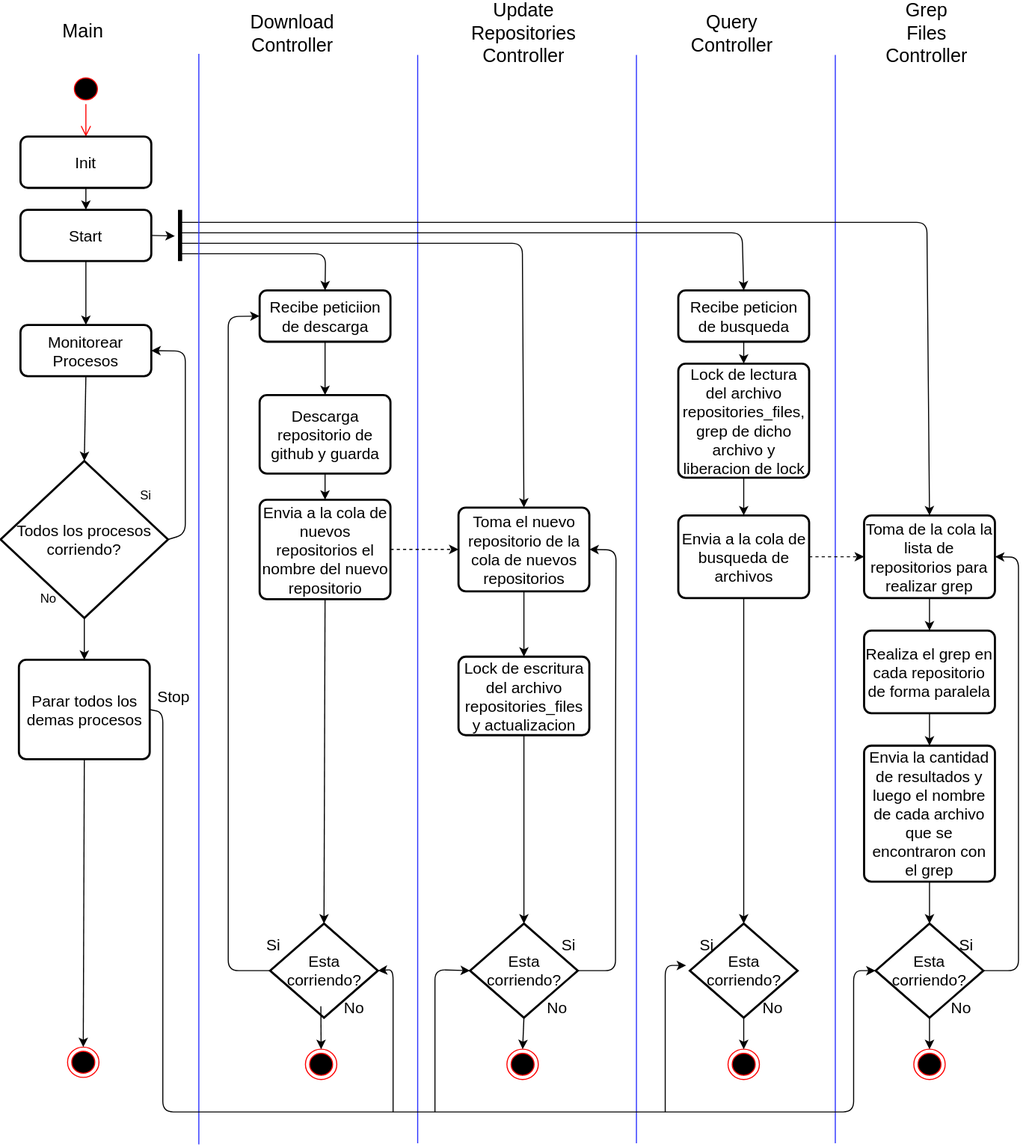
rinaldia92/distribuidos-tp1 keeps this draw.io diagram as images/actividades-procesador.svg. Above is the earlier version. Source tidied: cells renumbered, new cells last; positions are measured from the earlier drawing's top-left corner, leaving out a move shared by most shapes.
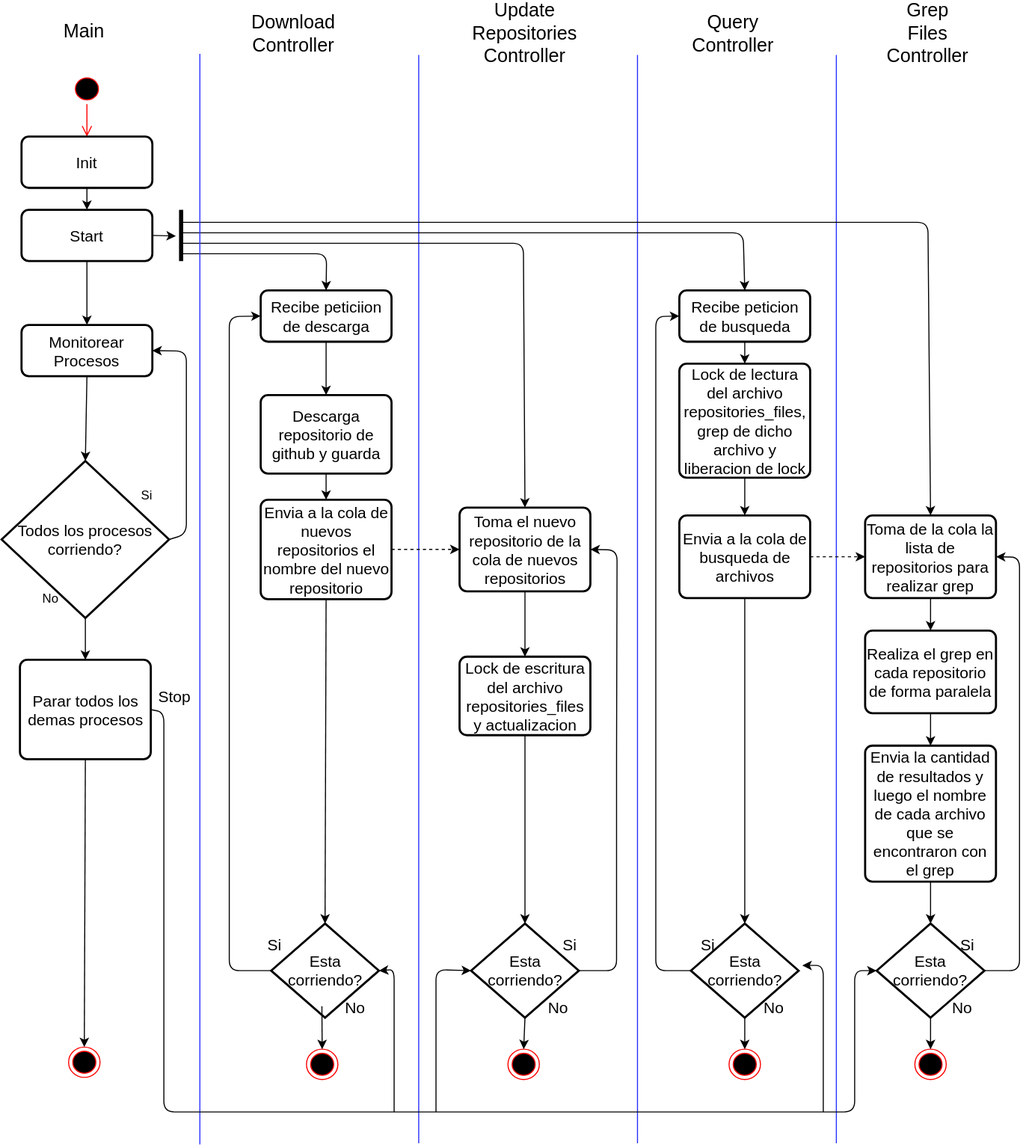
The same file after the commit.

Commit message:
Fixed activity diagrams

Change to the diagram source:
```diff
@@ -303,10 +303,10 @@
     </mxCell>
     <mxCell id="80" style="endArrow=classic;html=1;strokeColor=#000000;" parent="1" edge="1">
       <mxGeometry relative="1" as="geometry">
-        <mxPoint x="635" y="1042" as="sourcePoint" />
-        <mxPoint x="655" y="902" as="targetPoint" />
+        <mxPoint x="785" y="1042" as="sourcePoint" />
+        <mxPoint x="765" y="902" as="targetPoint" />
         <Array as="points">
-          <mxPoint x="635" y="902" />
+          <mxPoint x="785" y="902" />
         </Array>
       </mxGeometry>
     </mxCell>
@@ -330,5 +330,13 @@
     <mxCell id="84" value="Stop" style="text;html=1;align=center;verticalAlign=middle;fontSize=15;" parent="1" vertex="1">
       <mxGeometry x="140" y="634.5" width="50" height="20" as="geometry" />
     </mxCell>
+    <mxCell id="85" style="endArrow=classic;html=1;strokeColor=#000000;fontSize=15;exitX=0;exitY=0.5;exitDx=0;exitDy=0;exitPerimeter=0;entryX=0;entryY=0.5;entryDx=0;entryDy=0;" parent="1" edge="1" source="43" target="18">
+      <mxGeometry relative="1" as="geometry">
+        <Array as="points">
+          <mxPoint x="625" y="907" />
+          <mxPoint x="625" y="282" />
+        </Array>
+      </mxGeometry>
+    </mxCell>
   </root>
 </mxGraphModel>
```
